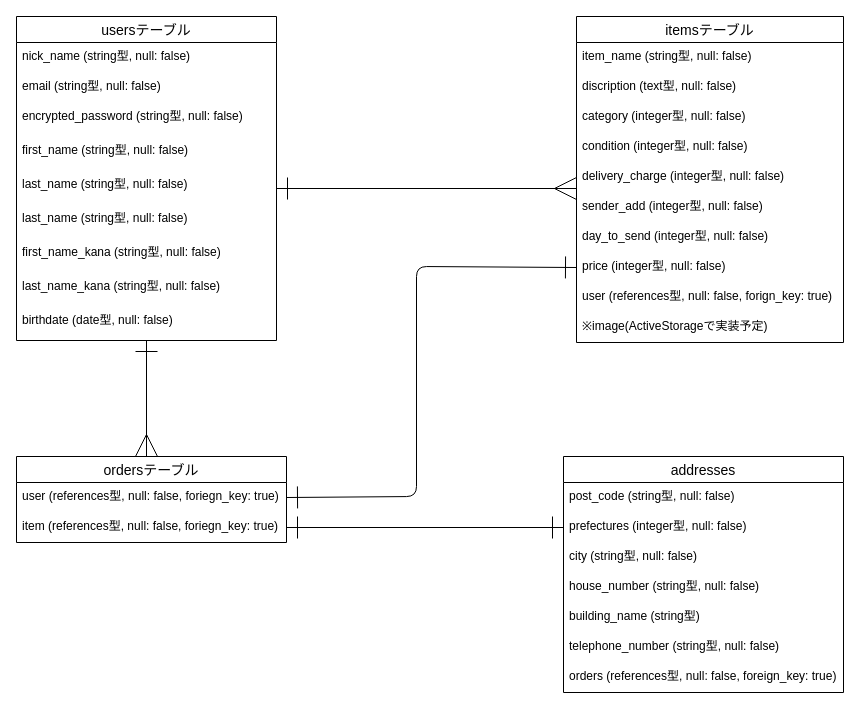
Above: furima.dio in saseihibino/furima-39280 (draw.io), before the change. Source tidied: cells renumbered, new cells numbered last; positions are measured from the earlier drawing's top-left corner, leaving out a move shared by most shapes. Both pictures are drawn from the tidied source at 100%, with x=0, y=0 at pixel (16, 16).
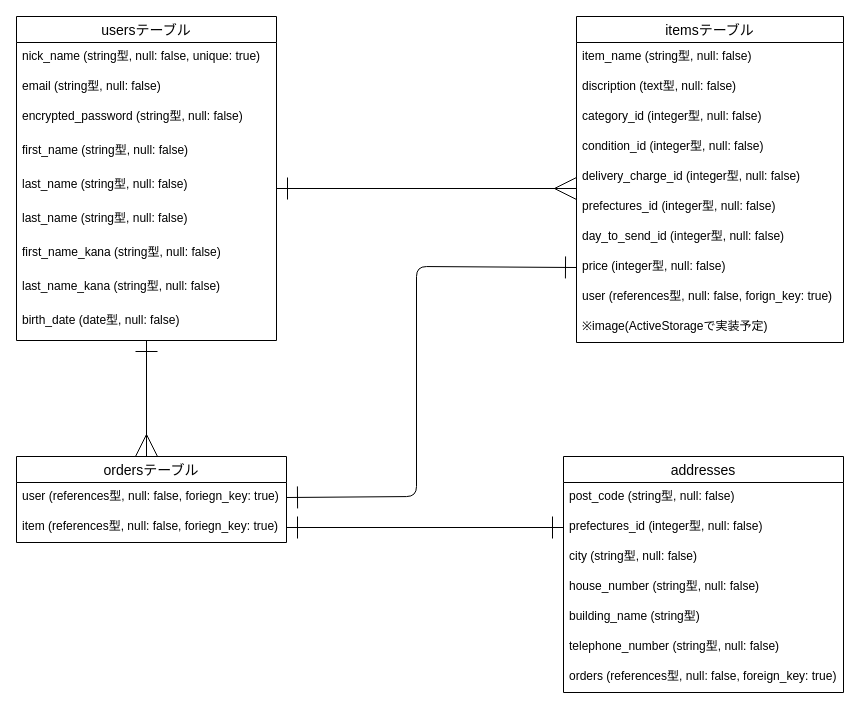
The same page after the edit.

Commit message (it also covers changes not shown here):
タスク3　修正

Unchanged cells that the change refers to:
```xml
<mxCell id="3" value="usersテーブル" style="swimlane;fontStyle=0;horizontal=1;startSize=26;align=center;fontSize=14;" parent="1" vertex="1">
  <mxGeometry width="260" height="324" as="geometry" />
</mxCell>
<mxCell id="13" value="itemsテーブル" style="swimlane;fontStyle=0;horizontal=1;startSize=26;align=center;fontSize=14;" parent="1" vertex="1">
  <mxGeometry x="560" width="267" height="326" as="geometry" />
</mxCell>
<mxCell id="29" value="addresses" style="swimlane;fontStyle=0;horizontal=1;startSize=26;align=center;fontSize=14;" parent="1" vertex="1">
  <mxGeometry x="547" y="440" width="280" height="236" as="geometry" />
</mxCell>
```

Diff of the diagram source:
```diff
@@
-    <mxCell id="4" value="nick_name (string型, null: false)" style="text;strokeColor=none;fillColor=none;spacingLeft=4;spacingRight=4;overflow=hidden;fontSize=12;" parent="3" vertex="1">
+    <mxCell id="4" value="nick_name (string型, null: false, unique: true)" style="text;strokeColor=none;fillColor=none;spacingLeft=4;spacingRight=4;overflow=hidden;fontSize=12;" parent="3" vertex="1">
       <mxGeometry y="26" width="260" height="30" as="geometry" />
     </mxCell>
@@
-    <mxCell id="12" value="birthdate (date型, null: false)" style="text;strokeColor=none;fillColor=none;spacingLeft=4;spacingRight=4;overflow=hidden;fontSize=12;" parent="3" vertex="1">
+    <mxCell id="12" value="birth_date (date型, null: false)" style="text;strokeColor=none;fillColor=none;spacingLeft=4;spacingRight=4;overflow=hidden;fontSize=12;" parent="3" vertex="1">
       <mxGeometry y="290" width="260" height="34" as="geometry" />
     </mxCell>
@@
-    <mxCell id="16" value="category (integer型, null: false)" style="text;strokeColor=none;fillColor=none;spacingLeft=4;spacingRight=4;overflow=hidden;fontSize=12;" parent="13" vertex="1">
+    <mxCell id="16" value="category_id (integer型, null: false)" style="text;strokeColor=none;fillColor=none;spacingLeft=4;spacingRight=4;overflow=hidden;fontSize=12;" parent="13" vertex="1">
       <mxGeometry y="86" width="267" height="30" as="geometry" />
     </mxCell>
-    <mxCell id="17" value="condition (integer型, null: false)" style="text;strokeColor=none;fillColor=none;spacingLeft=4;spacingRight=4;overflow=hidden;fontSize=12;" parent="13" vertex="1">
+    <mxCell id="17" value="condition_id (integer型, null: false)" style="text;strokeColor=none;fillColor=none;spacingLeft=4;spacingRight=4;overflow=hidden;fontSize=12;" parent="13" vertex="1">
       <mxGeometry y="116" width="267" height="30" as="geometry" />
     </mxCell>
-    <mxCell id="18" value="delivery_charge (integer型, null: false)" style="text;strokeColor=none;fillColor=none;spacingLeft=4;spacingRight=4;overflow=hidden;fontSize=12;" parent="13" vertex="1">
+    <mxCell id="18" value="delivery_charge_id (integer型, null: false)" style="text;strokeColor=none;fillColor=none;spacingLeft=4;spacingRight=4;overflow=hidden;fontSize=12;" parent="13" vertex="1">
       <mxGeometry y="146" width="267" height="30" as="geometry" />
     </mxCell>
-    <mxCell id="19" value="sender_add (integer型, null: false)" style="text;strokeColor=none;fillColor=none;spacingLeft=4;spacingRight=4;overflow=hidden;points=[[0,0.5],[1,0.5]];portConstraint=eastwest;fontSize=12;" parent="13" vertex="1">
+    <mxCell id="19" value="prefectures_id (integer型, null: false)" style="text;strokeColor=none;fillColor=none;spacingLeft=4;spacingRight=4;overflow=hidden;points=[[0,0.5],[1,0.5]];portConstraint=eastwest;fontSize=12;" parent="13" vertex="1">
       <mxGeometry y="176" width="267" height="30" as="geometry" />
     </mxCell>
-    <mxCell id="20" value="day_to_send (integer型, null: false)" style="text;strokeColor=none;fillColor=none;spacingLeft=4;spacingRight=4;overflow=hidden;fontSize=12;" parent="13" vertex="1">
+    <mxCell id="20" value="day_to_send_id (integer型, null: false)" style="text;strokeColor=none;fillColor=none;spacingLeft=4;spacingRight=4;overflow=hidden;fontSize=12;" parent="13" vertex="1">
       <mxGeometry y="206" width="267" height="30" as="geometry" />
     </mxCell>
@@
-    <mxCell id="31" value="prefectures (integer型, null: false)" style="text;strokeColor=none;fillColor=none;spacingLeft=4;spacingRight=4;overflow=hidden;points=[[0,0.5],[1,0.5]];portConstraint=eastwest;fontSize=12;" parent="29" vertex="1">
+    <mxCell id="31" value="prefectures_id (integer型, null: false)" style="text;strokeColor=none;fillColor=none;spacingLeft=4;spacingRight=4;overflow=hidden;points=[[0,0.5],[1,0.5]];portConstraint=eastwest;fontSize=12;" parent="29" vertex="1">
       <mxGeometry y="56" width="280" height="30" as="geometry" />
     </mxCell>
```
